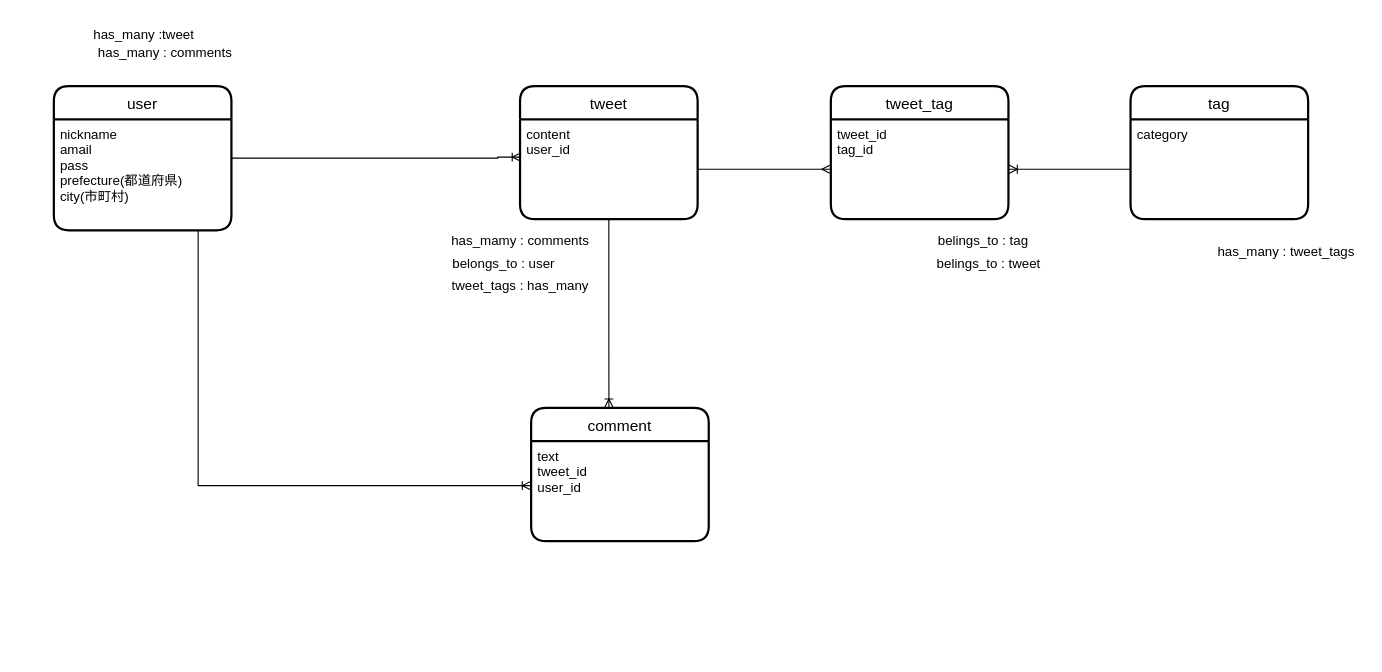
Earlier version of the draw.io diagram Drow.dio (nannano-sys/origin_app). Source tidied: cells renumbered, new cells numbered last; positions are measured from the earlier drawing's top-left corner, leaving out a move shared by most shapes. Both pictures are drawn from the tidied source at 111%, with x=0, y=0 at pixel (53, 19).
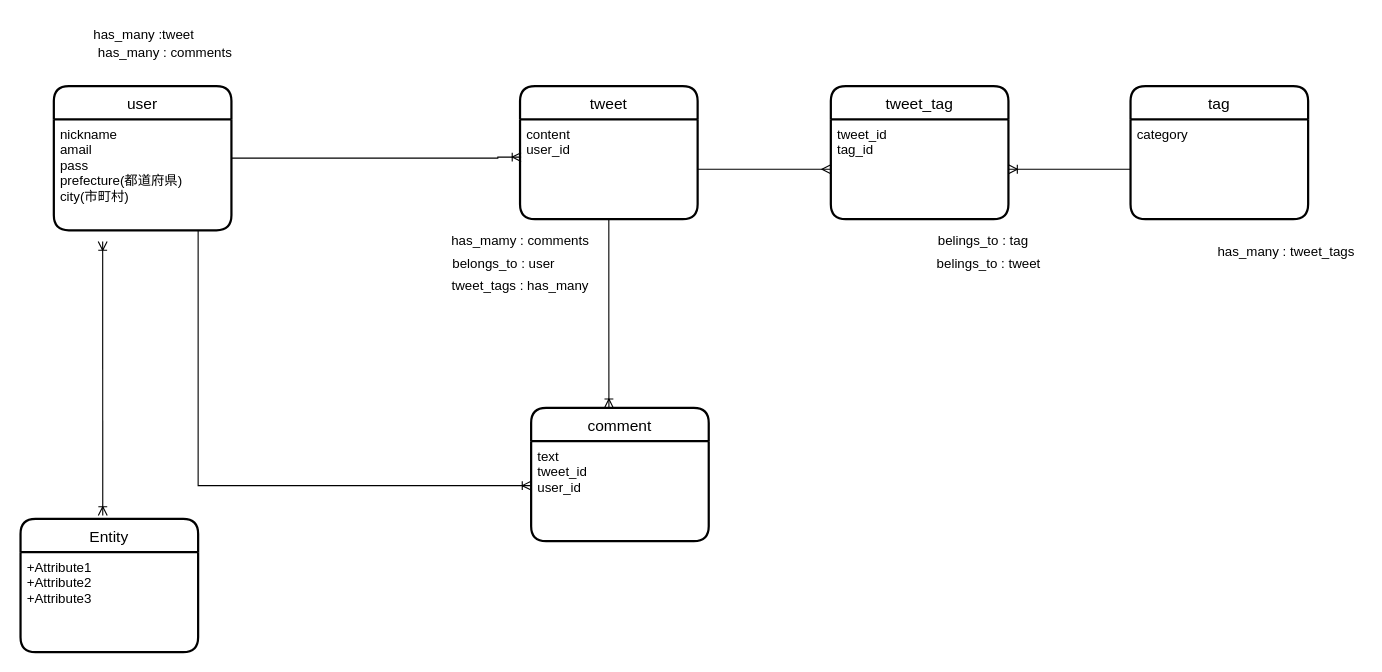
The same page after the edit.

The edit, as a diff of the source:
```diff
@@
+    <mxCell id="25" value="Entity" style="swimlane;horizontal=1;startSize=30;rounded=1;fontSize=14;fontStyle=0;strokeWidth=2;shadow=0;dashed=0;align=center;" parent="1" vertex="1">
+      <mxGeometry x="-30" y="450" width="160" height="120" as="geometry" />
+    </mxCell>
+    <mxCell id="26" value="+Attribute1&#10;+Attribute2&#10;+Attribute3" style="align=left;strokeColor=none;fillColor=none;spacingLeft=4;fontSize=12;verticalAlign=top;" parent="25" vertex="1">
+      <mxGeometry y="30" width="160" height="90" as="geometry" />
+    </mxCell>
+    <mxCell id="27" style="edgeStyle=orthogonalEdgeStyle;rounded=0;jettySize=auto;html=1;entryX=0.463;entryY=-0.025;entryDx=0;entryDy=0;entryPerimeter=0;endArrow=ERoneToMany;endFill=0;startArrow=ERoneToMany;startFill=0;" parent="1" edge="1" target="25">
+      <mxGeometry relative="1" as="geometry">
+        <mxPoint x="44" y="200" as="sourcePoint" />
+        <Array as="points">
+          <mxPoint x="44" y="200" />
+          <mxPoint x="44" y="200" />
+        </Array>
+      </mxGeometry>
+    </mxCell>
```
